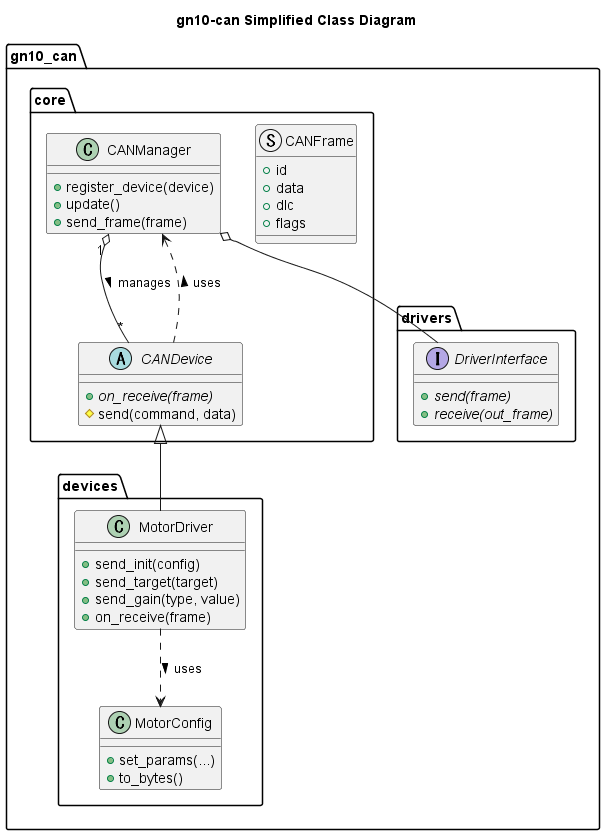
Before: uml/class_diagram_simplified.png, a diagram exported from PlantUML (ararobo/GN10CANModels). Source of this version:
```plantuml
@startuml class_diagram_simplified
title gn10-can Simplified Class Diagram

namespace gn10_can {

    namespace core {
        struct CANFrame {
            + id
            + data
            + dlc
            + flags
        }

        class CANManager {
            + register_device(device)
            + update()
            + send_frame(frame)
        }

        abstract class CANDevice {
            + {abstract} on_receive(frame)
            # send(command, data)
        }
    }

    namespace drivers {
        interface DriverInterface {
            + {abstract} send(frame)
            + {abstract} receive(out_frame)
        }
    }

    namespace devices {
        class MotorDriver {
            + send_init(config)
            + send_target(target)
            + send_gain(type, value)
            + on_receive(frame)
        }

        class MotorConfig {
            + set_params(...)
            + to_bytes()
        }
    }

    core.CANManager o-- drivers.DriverInterface
    core.CANManager "1" o-- "*" core.CANDevice : manages >
    core.CANDevice <|-- devices.MotorDriver
    core.CANDevice ..> core.CANManager : uses >
    devices.MotorDriver ..> devices.MotorConfig : uses >
}

@enduml
```
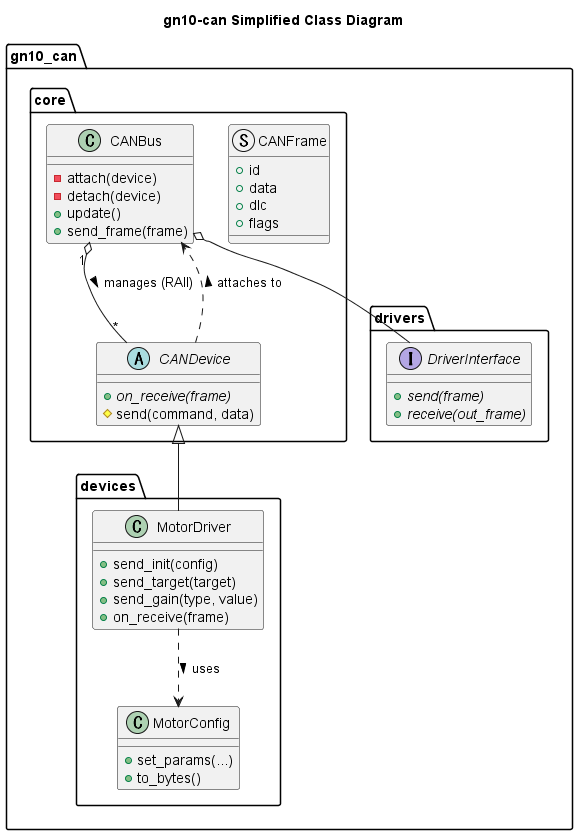
Above is the later version.

Commit message:
refactor: update UML class diagrams to reflect recent architectural changes

Change to the diagram source:
```diff
@@ -11,8 +11,9 @@
             + flags
         }
 
-        class CANManager {
-            + register_device(device)
+        class CANBus {
+            - attach(device)
+            - detach(device)
             + update()
             + send_frame(frame)
         }
@@ -44,10 +45,10 @@
         }
     }
 
-    core.CANManager o-- drivers.DriverInterface
-    core.CANManager "1" o-- "*" core.CANDevice : manages >
+    core.CANBus o-- drivers.DriverInterface
+    core.CANBus "1" o-- "*" core.CANDevice : manages (RAII) >
     core.CANDevice <|-- devices.MotorDriver
-    core.CANDevice ..> core.CANManager : uses >
+    core.CANDevice ..> core.CANBus : attaches to >
     devices.MotorDriver ..> devices.MotorConfig : uses >
 }
 
```
